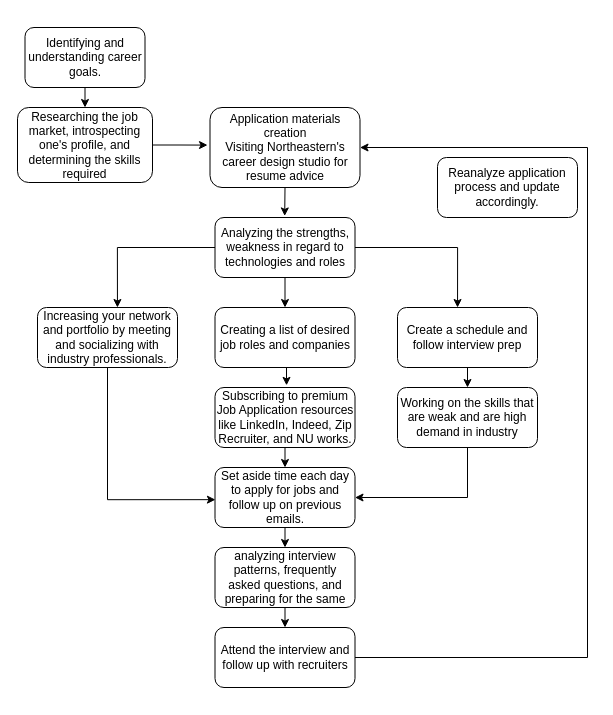
Earlier version of the draw.io diagram dbms-hw1.drawio (Leelakrishna2091997/astraCloud-client). Source tidied: cells renumbered, new cells numbered last; positions are measured from the earlier drawing's top-left corner, leaving out a move shared by most shapes. Both pictures are drawn from the tidied source at 100%, with x=0, y=0 at pixel (17, 27).
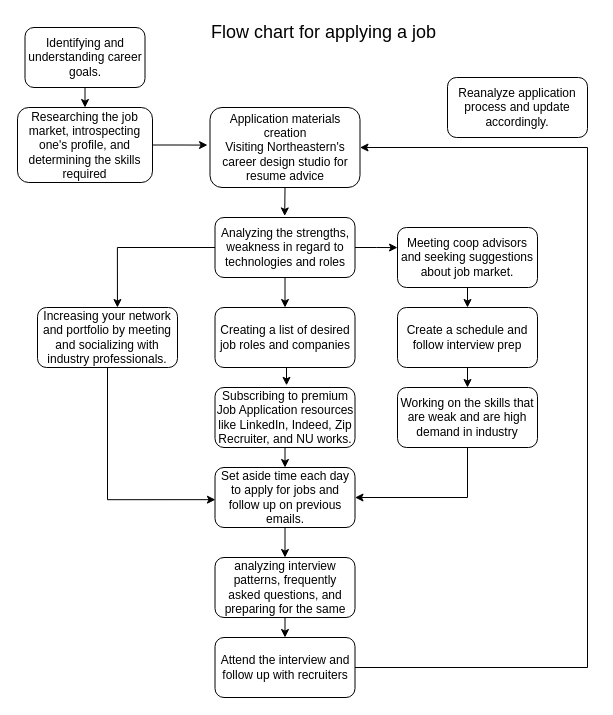
After the change.

The change refers to these unchanged cells:
```xml
<mxCell id="3" value="Application materials creation&lt;br&gt;Visiting Northeastern's career design studio for resume advice " style="rounded=1;whiteSpace=wrap;html=1;" parent="1" vertex="1">
  <mxGeometry x="192.5" y="80" width="150" height="80" as="geometry" />
</mxCell>
<mxCell id="7" value="Analyzing the strengths, weakness in regard to technologies and roles" style="rounded=1;whiteSpace=wrap;html=1;" parent="1" vertex="1">
  <mxGeometry x="197.5" y="190" width="140" height="60" as="geometry" />
</mxCell>
<mxCell id="19" value="Create a schedule and follow interview prep" style="rounded=1;whiteSpace=wrap;html=1;" parent="1" vertex="1">
  <mxGeometry x="380" y="280" width="140" height="60" as="geometry" />
</mxCell>
```

The edit, as a diff of the source:
```diff
@@
-    <mxCell id="6" style="edgeStyle=orthogonalEdgeStyle;rounded=0;jettySize=auto;html=1;exitX=1;exitY=0.5;exitDx=0;exitDy=0;entryX=0.429;entryY=0;entryDx=0;entryDy=0;entryPerimeter=0;" parent="1" edge="1" source="7" target="19">
-      <mxGeometry relative="1" as="geometry" />
-    </mxCell>
+    <mxCell id="29" style="edgeStyle=orthogonalEdgeStyle;rounded=0;jettySize=auto;html=1;exitX=1;exitY=0.5;exitDx=0;exitDy=0;entryX=0;entryY=0.335;entryDx=0;entryDy=0;entryPerimeter=0;" parent="1" edge="1" source="7" target="32">
+      <mxGeometry relative="1" as="geometry" />
+    </mxCell>
@@
     <mxCell id="20" style="edgeStyle=orthogonalEdgeStyle;rounded=0;jettySize=auto;html=1;exitX=1;exitY=0.5;exitDx=0;exitDy=0;entryX=1;entryY=0.5;entryDx=0;entryDy=0;" parent="1" edge="1" source="21" target="3">
       <mxGeometry relative="1" as="geometry">
         <Array as="points">
-          <mxPoint x="570" y="630" />
+          <mxPoint x="570" y="640" />
           <mxPoint x="570" y="120" />
         </Array>
       </mxGeometry>
     </mxCell>
     <mxCell id="21" value="Attend the interview and follow up with recruiters " style="rounded=1;whiteSpace=wrap;html=1;" parent="1" vertex="1">
-      <mxGeometry x="197.5" y="600" width="140" height="60" as="geometry" />
+      <mxGeometry x="197.5" y="610" width="140" height="60" as="geometry" />
     </mxCell>
     <mxCell id="22" value="Reanalyze application process and update accordingly." style="rounded=1;whiteSpace=wrap;html=1;" parent="1" vertex="1">
-      <mxGeometry x="420" y="130" width="140" height="60" as="geometry" />
+      <mxGeometry x="430" y="50" width="140" height="60" as="geometry" />
     </mxCell>
@@
     <mxCell id="28" value="analyzing interview patterns, frequently asked questions, and preparing for the same " style="rounded=1;whiteSpace=wrap;html=1;" parent="1" vertex="1">
-      <mxGeometry x="197.5" y="520" width="140" height="60" as="geometry" />
+      <mxGeometry x="197.5" y="530" width="140" height="60" as="geometry" />
     </mxCell>
+    <mxCell id="30" value="&lt;font style=&quot;font-size: 18px;&quot;&gt;Flow chart for applying a job&lt;/font&gt;" style="text;html=1;strokeColor=none;fillColor=none;align=center;verticalAlign=middle;whiteSpace=wrap;rounded=0;" parent="1" vertex="1">
+      <mxGeometry x="160" y="-10" width="292.5" height="30" as="geometry" />
+    </mxCell>
+    <mxCell id="31" style="edgeStyle=orthogonalEdgeStyle;rounded=0;jettySize=auto;html=1;exitX=0.5;exitY=1;exitDx=0;exitDy=0;entryX=0.5;entryY=0;entryDx=0;entryDy=0;" parent="1" edge="1" source="32" target="19">
+      <mxGeometry relative="1" as="geometry" />
+    </mxCell>
+    <mxCell id="32" value="Meeting coop advisors and seeking suggestions about job market." style="rounded=1;whiteSpace=wrap;html=1;" parent="1" vertex="1">
+      <mxGeometry x="380" y="200" width="140" height="60" as="geometry" />
+    </mxCell>
```
